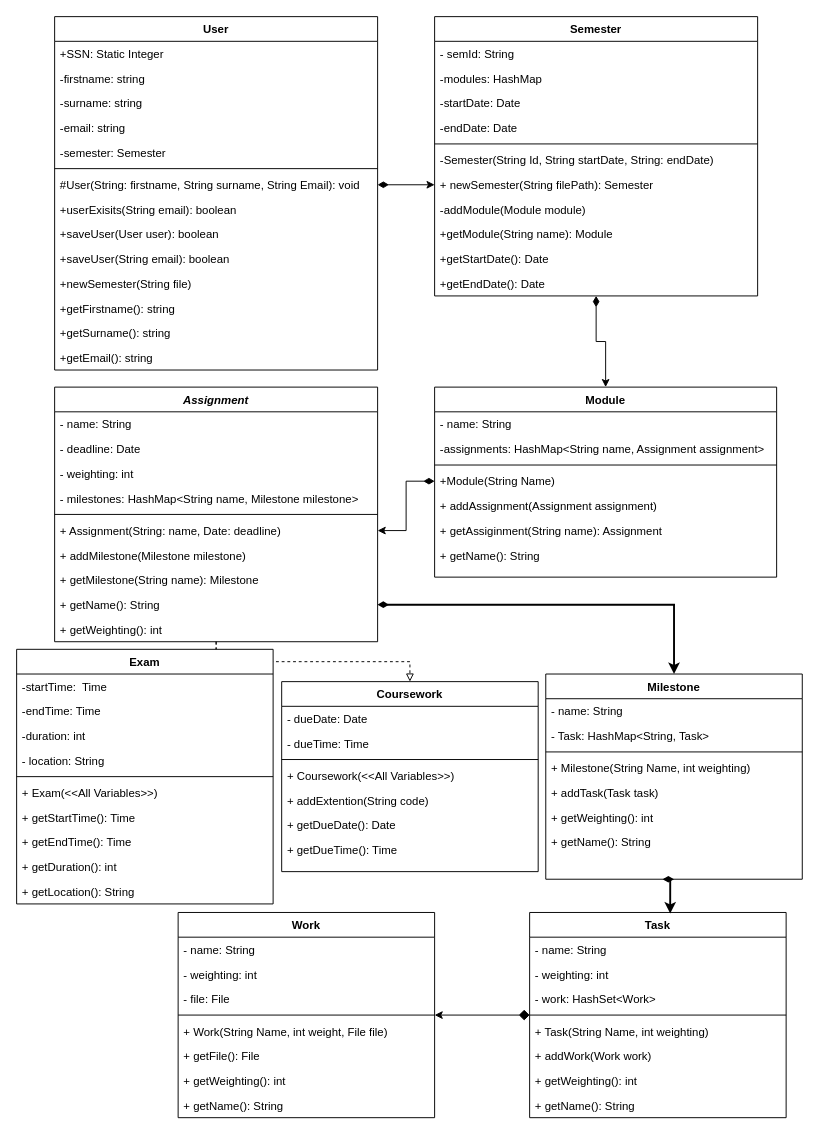
Before: Backend.drawio in James-Sergeant/Software-Engineering-Project-Study-Panner, a draw.io diagram. Source tidied: cells renumbered, new cells numbered last; positions are measured from the earlier drawing's top-left corner, leaving out a move shared by most shapes. Both pictures are drawn from the tidied source at 95%, with x=0, y=0 at pixel (16, 16).
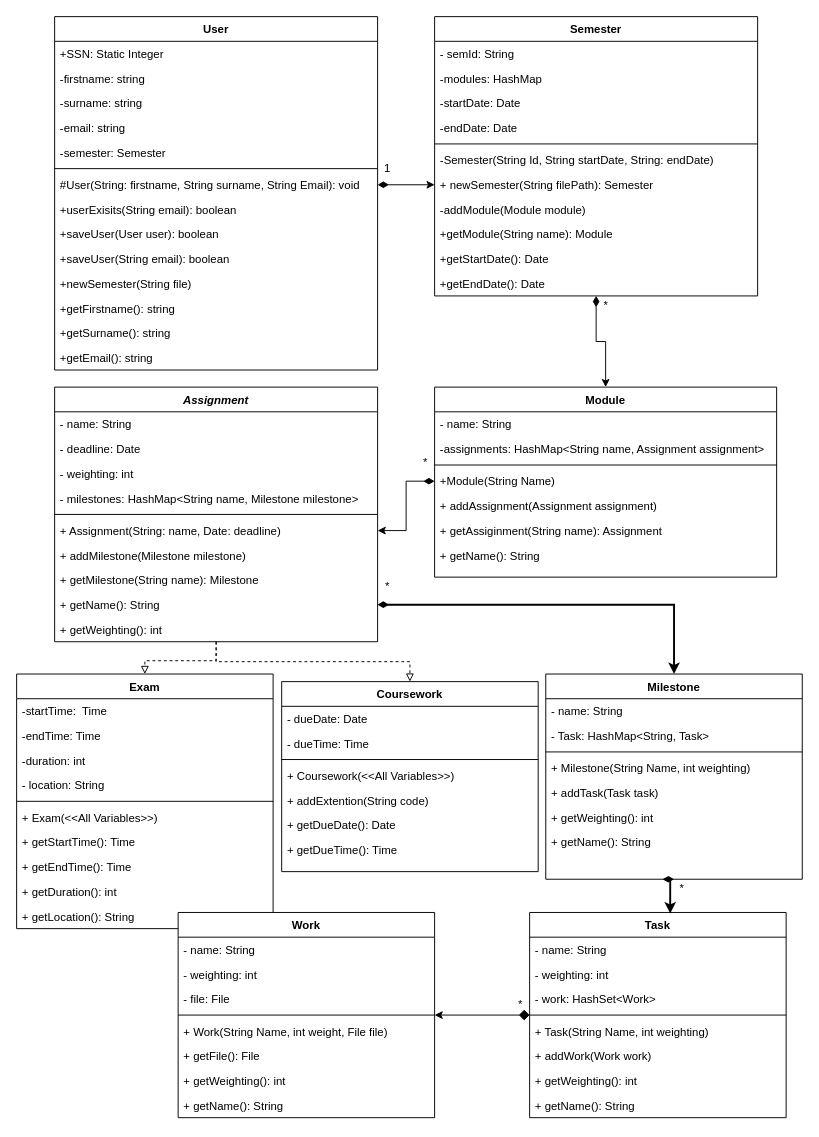
Above is the later version.

Change to the diagram source:
```diff
@@
     <mxCell id="53" value="Exam" style="swimlane;fontStyle=1;align=center;verticalAlign=top;horizontal=1;startSize=26;rounded=0;shadow=0;strokeWidth=1;" parent="1" vertex="1">
-      <mxGeometry y="666" width="270" height="268" as="geometry" />
+      <mxGeometry y="692" width="270" height="268" as="geometry" />
     </mxCell>
@@
+    <mxCell id="101" value="1" style="text;html=1;align=center;verticalAlign=middle;fillColor=none;strokeColor=none;rounded=0;" parent="1" vertex="1">
+      <mxGeometry x="380" y="150" width="20" height="20" as="geometry" />
+    </mxCell>
+    <mxCell id="102" value="*" style="text;html=1;align=center;verticalAlign=middle;fillColor=none;strokeColor=none;rounded=0;" parent="1" vertex="1">
+      <mxGeometry x="610" y="294" width="20" height="20" as="geometry" />
+    </mxCell>
+    <mxCell id="103" value="*" style="text;html=1;align=center;verticalAlign=middle;fillColor=none;strokeColor=none;rounded=0;" parent="1" vertex="1">
+      <mxGeometry x="420" y="460" width="20" height="20" as="geometry" />
+    </mxCell>
+    <mxCell id="104" value="*" style="text;html=1;align=center;verticalAlign=middle;fillColor=none;strokeColor=none;rounded=0;" parent="1" vertex="1">
+      <mxGeometry x="380" y="590" width="20" height="20" as="geometry" />
+    </mxCell>
+    <mxCell id="105" value="*" style="text;html=1;align=center;verticalAlign=middle;fillColor=none;strokeColor=none;rounded=0;" parent="1" vertex="1">
+      <mxGeometry x="690" y="908" width="20" height="20" as="geometry" />
+    </mxCell>
+    <mxCell id="106" value="*" style="text;html=1;align=center;verticalAlign=middle;fillColor=none;strokeColor=none;rounded=0;" parent="1" vertex="1">
+      <mxGeometry x="520" y="1030" width="20" height="20" as="geometry" />
+    </mxCell>
```
